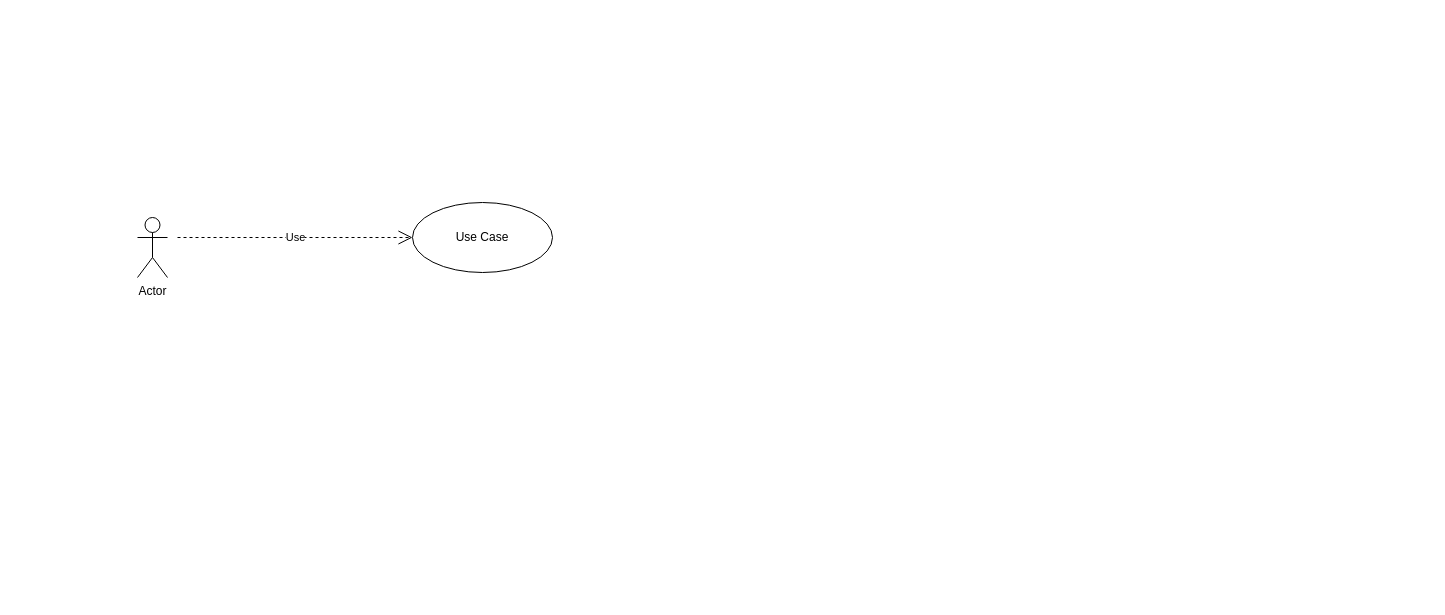
The draw.io diagram Untitled Diagram.drawio in Swaraj-Bharti/softwarearchitectcert, before the edit. Source tidied: cells renumbered, new cells numbered last; positions are measured from the earlier drawing's top-left corner, leaving out a move shared by most shapes. Both pictures are drawn from the tidied source at 100%, with x=0, y=0 at pixel (137, 202).
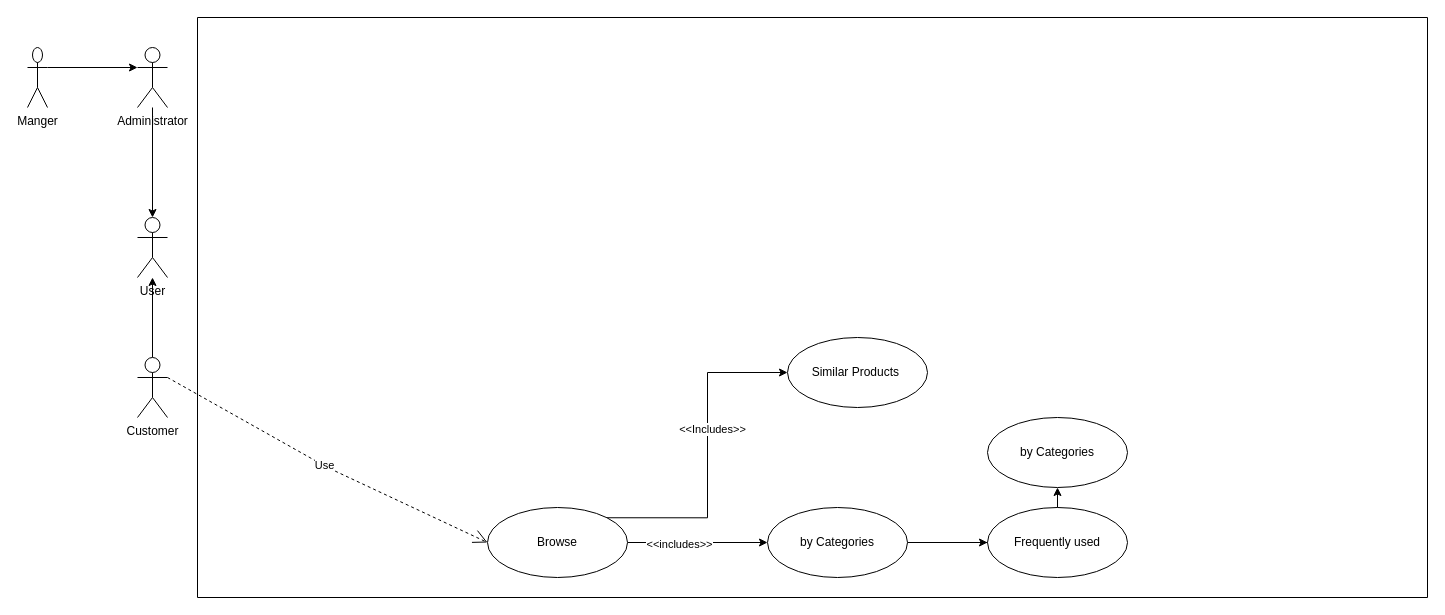
The same page after the edit.

The edit, as a diff of the source:
```diff
@@
-    <mxCell id="2" value="Actor" style="shape=umlActor;verticalLabelPosition=bottom;verticalAlign=top;html=1;" parent="1" vertex="1">
+    <mxCell id="2" value="User&lt;br&gt;" style="shape=umlActor;verticalLabelPosition=bottom;verticalAlign=top;html=1;" parent="1" vertex="1">
       <mxGeometry y="15" width="30" height="60" as="geometry" />
     </mxCell>
-    <mxCell id="3" value="Use Case" style="ellipse;whiteSpace=wrap;html=1;" parent="1" vertex="1">
-      <mxGeometry x="275" width="140" height="70" as="geometry" />
-    </mxCell>
+    <mxCell id="5" style="edgeStyle=orthogonalEdgeStyle;rounded=0;jettySize=auto;html=1;" parent="1" edge="1" source="6" target="2">
+      <mxGeometry relative="1" as="geometry" />
+    </mxCell>
+    <mxCell id="6" value="Customer&lt;br&gt;" style="shape=umlActor;verticalLabelPosition=bottom;verticalAlign=top;html=1;" parent="1" vertex="1">
+      <mxGeometry y="155" width="30" height="60" as="geometry" />
+    </mxCell>
+    <mxCell id="7" style="edgeStyle=orthogonalEdgeStyle;rounded=0;jettySize=auto;html=1;entryX=0.5;entryY=0;entryDx=0;entryDy=0;entryPerimeter=0;" parent="1" edge="1" source="8" target="2">
+      <mxGeometry relative="1" as="geometry" />
+    </mxCell>
+    <mxCell id="8" value="Administrator" style="shape=umlActor;verticalLabelPosition=bottom;verticalAlign=top;html=1;" parent="1" vertex="1">
+      <mxGeometry y="-155" width="30" height="60" as="geometry" />
+    </mxCell>
+    <mxCell id="9" style="verticalLabelPosition=bottom;verticalAlign=top;html=1;shape=mxgraph.basic.rect;fillColor2=none;strokeWidth=1;size=20;indent=5;" parent="1" vertex="1">
+      <mxGeometry x="60" y="-185" width="1230" height="580" as="geometry" />
+    </mxCell>
+    <mxCell id="10" style="edgeStyle=orthogonalEdgeStyle;rounded=0;jettySize=auto;html=1;exitX=1;exitY=0.3333333333333333;exitDx=0;exitDy=0;exitPerimeter=0;entryX=0;entryY=0.3333333333333333;entryDx=0;entryDy=0;entryPerimeter=0;" parent="1" edge="1" source="11" target="8">
+      <mxGeometry relative="1" as="geometry" />
+    </mxCell>
+    <mxCell id="11" value="Manger&lt;br&gt;" style="shape=umlActor;verticalLabelPosition=bottom;verticalAlign=top;html=1;" parent="1" vertex="1">
+      <mxGeometry x="-110" y="-155" width="20" height="60" as="geometry" />
+    </mxCell>
+    <mxCell id="12" style="edgeStyle=orthogonalEdgeStyle;rounded=0;jettySize=auto;html=1;" parent="1" edge="1" source="16" target="19">
+      <mxGeometry relative="1" as="geometry">
+        <Array as="points">
+          <mxPoint x="520" y="340" />
+          <mxPoint x="520" y="340" />
+        </Array>
+      </mxGeometry>
+    </mxCell>
+    <mxCell id="13" value="&amp;lt;&amp;lt;includes&amp;gt;&amp;gt;" style="edgeLabel;html=1;align=center;verticalAlign=middle;" parent="12" vertex="1">
+      <mxGeometry x="-0.27" y="-1" relative="1" as="geometry" />
+    </mxCell>
+    <mxCell id="14" style="edgeStyle=orthogonalEdgeStyle;rounded=0;jettySize=auto;html=1;exitX=1;exitY=0;exitDx=0;exitDy=0;entryX=0;entryY=0.5;entryDx=0;entryDy=0;" parent="1" edge="1" source="16" target="20">
+      <mxGeometry relative="1" as="geometry" />
+    </mxCell>
+    <mxCell id="15" value="&amp;lt;&amp;lt;Includes&amp;gt;&amp;gt;" style="edgeLabel;html=1;align=center;verticalAlign=middle;" parent="14" vertex="1">
+      <mxGeometry x="0.16" y="-4" relative="1" as="geometry" />
+    </mxCell>
+    <mxCell id="16" value="Browse" style="ellipse;whiteSpace=wrap;html=1;" parent="1" vertex="1">
+      <mxGeometry x="350" y="305" width="140" height="70" as="geometry" />
+    </mxCell>
-    <mxCell id="4" value="Use" style="endArrow=open;endSize=12;dashed=1;html=1;rounded=0;entryX=0;entryY=0.5;entryDx=0;entryDy=0;" parent="1" edge="1" target="3">
+    <mxCell id="4" value="Use" style="endArrow=open;endSize=12;dashed=1;html=1;rounded=0;entryX=0;entryY=0.5;entryDx=0;entryDy=0;" parent="1" edge="1" target="16">
       <mxGeometry relative="1" as="geometry">
-        <mxPoint x="40" y="35" as="sourcePoint" />
+        <mxPoint x="30" y="175" as="sourcePoint" />
+        <Array as="points">
+          <mxPoint x="190" y="265" />
+        </Array>
       </mxGeometry>
     </mxCell>
+    <mxCell id="17" style="edgeStyle=orthogonalEdgeStyle;rounded=0;jettySize=auto;html=1;" parent="1" edge="1" source="19" target="21">
+      <mxGeometry relative="1" as="geometry" />
+    </mxCell>
+    <mxCell id="18" style="edgeStyle=orthogonalEdgeStyle;rounded=0;jettySize=auto;html=1;" parent="1" edge="1" source="19" target="22">
+      <mxGeometry relative="1" as="geometry" />
+    </mxCell>
+    <mxCell id="19" value="by Categories" style="ellipse;whiteSpace=wrap;html=1;" parent="1" vertex="1">
+      <mxGeometry x="630" y="305" width="140" height="70" as="geometry" />
+    </mxCell>
+    <mxCell id="20" value="Similar Products&amp;nbsp;" style="ellipse;whiteSpace=wrap;html=1;" parent="1" vertex="1">
+      <mxGeometry x="650" y="135" width="140" height="70" as="geometry" />
+    </mxCell>
+    <mxCell id="21" value="Frequently used" style="ellipse;whiteSpace=wrap;html=1;" parent="1" vertex="1">
+      <mxGeometry x="850" y="305" width="140" height="70" as="geometry" />
+    </mxCell>
+    <mxCell id="22" value="by Categories" style="ellipse;whiteSpace=wrap;html=1;" parent="1" vertex="1">
+      <mxGeometry x="850" y="215" width="140" height="70" as="geometry" />
+    </mxCell>
```
